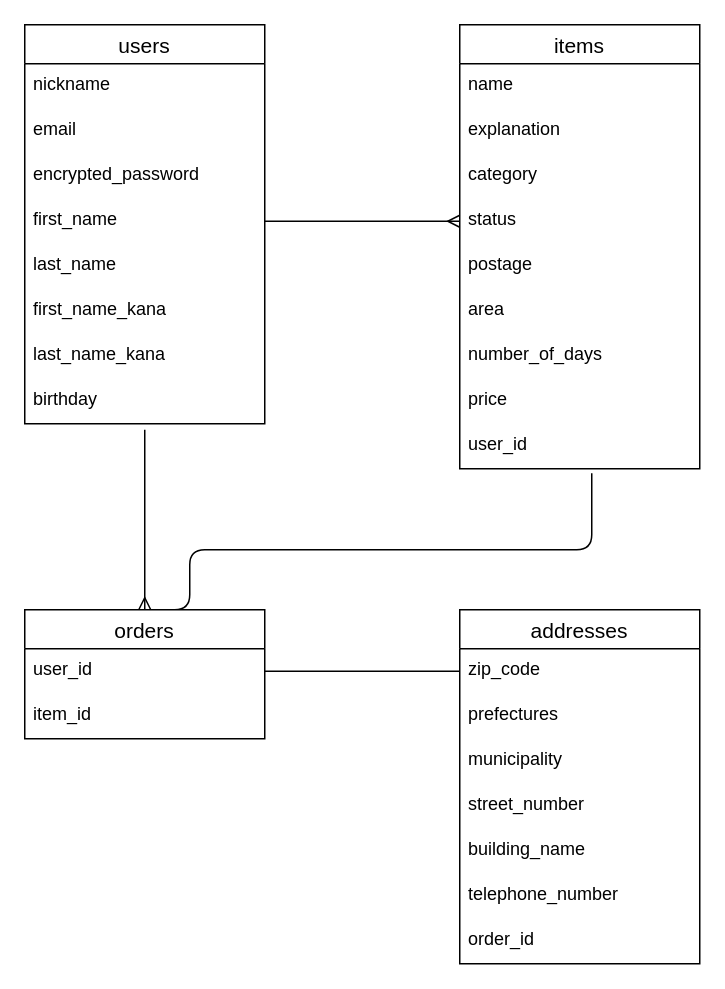
This is test.dio from piyomaru7/furima-38915, a draw.io file, before an edit. Source tidied: cells renumbered, new cells numbered last; positions are measured from the earlier drawing's top-left corner, leaving out a move shared by most shapes. Both pictures are drawn from the tidied source at 150%, with x=0, y=0 at pixel (24, 24).
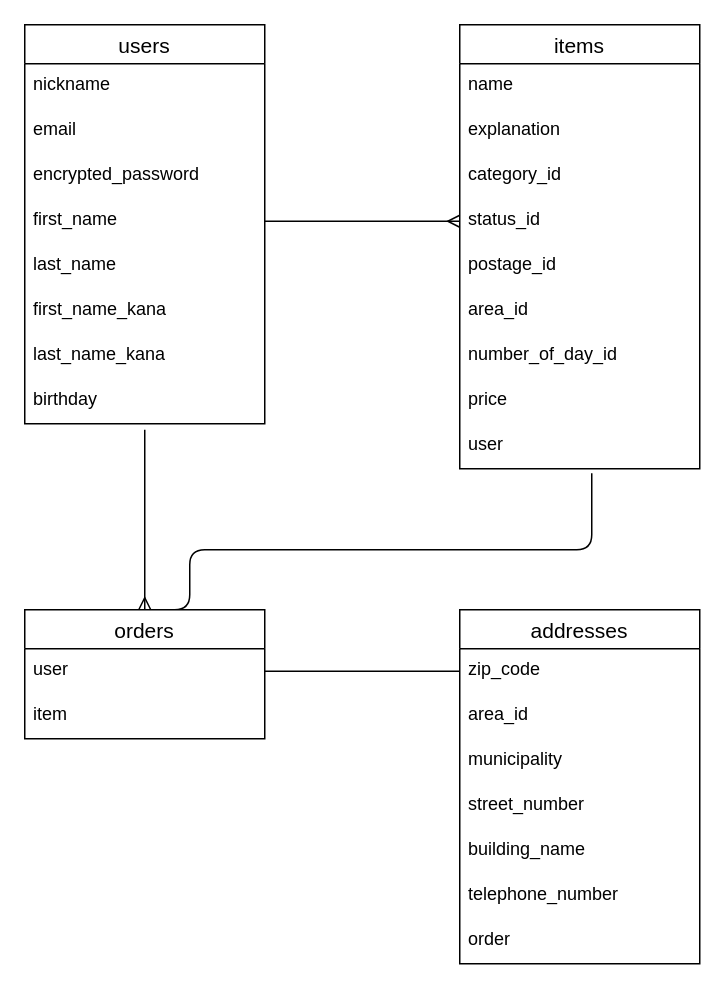
After the change.

Commit message (it also covers changes not shown here):
READMEとER図の修正

Unchanged cells that the change refers to:
```xml
<mxCell id="11" value="items" style="swimlane;fontStyle=0;horizontal=1;startSize=26;align=center;fontSize=14;" parent="1" vertex="1">
  <mxGeometry x="290" width="160" height="296" as="geometry" />
</mxCell>
<mxCell id="22" value="orders" style="swimlane;fontStyle=0;horizontal=1;startSize=26;align=center;fontSize=14;" parent="1" vertex="1">
  <mxGeometry y="390" width="160" height="86" as="geometry" />
</mxCell>
<mxCell id="25" value="addresses" style="swimlane;fontStyle=0;horizontal=1;startSize=26;align=center;fontSize=14;" parent="1" vertex="1">
  <mxGeometry x="290" y="390" width="160" height="236" as="geometry" />
</mxCell>
```

What changed in the source:
```diff
@@
-    <mxCell id="14" value="category" style="text;strokeColor=none;fillColor=none;spacingLeft=4;spacingRight=4;overflow=hidden;fontSize=12;" parent="11" vertex="1">
+    <mxCell id="14" value="category_id" style="text;strokeColor=none;fillColor=none;spacingLeft=4;spacingRight=4;overflow=hidden;fontSize=12;" parent="11" vertex="1">
       <mxGeometry y="86" width="160" height="30" as="geometry" />
     </mxCell>
-    <mxCell id="15" value="status" style="text;strokeColor=none;fillColor=none;spacingLeft=4;spacingRight=4;overflow=hidden;points=[[0,0.5],[1,0.5]];portConstraint=eastwest;fontSize=12;" parent="11" vertex="1">
+    <mxCell id="15" value="status_id" style="text;strokeColor=none;fillColor=none;spacingLeft=4;spacingRight=4;overflow=hidden;points=[[0,0.5],[1,0.5]];portConstraint=eastwest;fontSize=12;" parent="11" vertex="1">
       <mxGeometry y="116" width="160" height="30" as="geometry" />
     </mxCell>
-    <mxCell id="16" value="postage" style="text;strokeColor=none;fillColor=none;spacingLeft=4;spacingRight=4;overflow=hidden;fontSize=12;" parent="11" vertex="1">
+    <mxCell id="16" value="postage_id" style="text;strokeColor=none;fillColor=none;spacingLeft=4;spacingRight=4;overflow=hidden;fontSize=12;" parent="11" vertex="1">
       <mxGeometry y="146" width="160" height="30" as="geometry" />
     </mxCell>
-    <mxCell id="17" value="area" style="text;strokeColor=none;fillColor=none;spacingLeft=4;spacingRight=4;overflow=hidden;fontSize=12;" parent="11" vertex="1">
+    <mxCell id="17" value="area_id" style="text;strokeColor=none;fillColor=none;spacingLeft=4;spacingRight=4;overflow=hidden;fontSize=12;" parent="11" vertex="1">
       <mxGeometry y="176" width="160" height="30" as="geometry" />
     </mxCell>
-    <mxCell id="18" value="number_of_days" style="text;strokeColor=none;fillColor=none;spacingLeft=4;spacingRight=4;overflow=hidden;fontSize=12;" parent="11" vertex="1">
+    <mxCell id="18" value="number_of_day_id" style="text;strokeColor=none;fillColor=none;spacingLeft=4;spacingRight=4;overflow=hidden;fontSize=12;" parent="11" vertex="1">
       <mxGeometry y="206" width="160" height="30" as="geometry" />
     </mxCell>
@@
-    <mxCell id="20" value="user_id" style="text;strokeColor=none;fillColor=none;spacingLeft=4;spacingRight=4;overflow=hidden;points=[[0,0.5],[1,0.5]];portConstraint=eastwest;fontSize=12;" parent="11" vertex="1">
+    <mxCell id="20" value="user" style="text;strokeColor=none;fillColor=none;spacingLeft=4;spacingRight=4;overflow=hidden;points=[[0,0.5],[1,0.5]];portConstraint=eastwest;fontSize=12;" parent="11" vertex="1">
       <mxGeometry y="266" width="160" height="30" as="geometry" />
     </mxCell>
@@
-    <mxCell id="23" value="user_id" style="text;strokeColor=none;fillColor=none;spacingLeft=4;spacingRight=4;overflow=hidden;points=[[0,0.5],[1,0.5]];portConstraint=eastwest;fontSize=12;" parent="22" vertex="1">
+    <mxCell id="23" value="user" style="text;strokeColor=none;fillColor=none;spacingLeft=4;spacingRight=4;overflow=hidden;points=[[0,0.5],[1,0.5]];portConstraint=eastwest;fontSize=12;" parent="22" vertex="1">
       <mxGeometry y="26" width="160" height="30" as="geometry" />
     </mxCell>
-    <mxCell id="24" value="item_id" style="text;strokeColor=none;fillColor=none;spacingLeft=4;spacingRight=4;overflow=hidden;fontSize=12;" parent="22" vertex="1">
+    <mxCell id="24" value="item" style="text;strokeColor=none;fillColor=none;spacingLeft=4;spacingRight=4;overflow=hidden;fontSize=12;" parent="22" vertex="1">
       <mxGeometry y="56" width="160" height="30" as="geometry" />
     </mxCell>
@@
-    <mxCell id="27" value="prefectures" style="text;strokeColor=none;fillColor=none;spacingLeft=4;spacingRight=4;overflow=hidden;fontSize=12;" parent="25" vertex="1">
+    <mxCell id="27" value="area_id" style="text;strokeColor=none;fillColor=none;spacingLeft=4;spacingRight=4;overflow=hidden;fontSize=12;" parent="25" vertex="1">
       <mxGeometry y="56" width="160" height="30" as="geometry" />
     </mxCell>
@@
-    <mxCell id="32" value="order_id" style="text;strokeColor=none;fillColor=none;spacingLeft=4;spacingRight=4;overflow=hidden;fontSize=12;" parent="25" vertex="1">
+    <mxCell id="32" value="order" style="text;strokeColor=none;fillColor=none;spacingLeft=4;spacingRight=4;overflow=hidden;fontSize=12;" parent="25" vertex="1">
       <mxGeometry y="206" width="160" height="30" as="geometry" />
     </mxCell>
```
